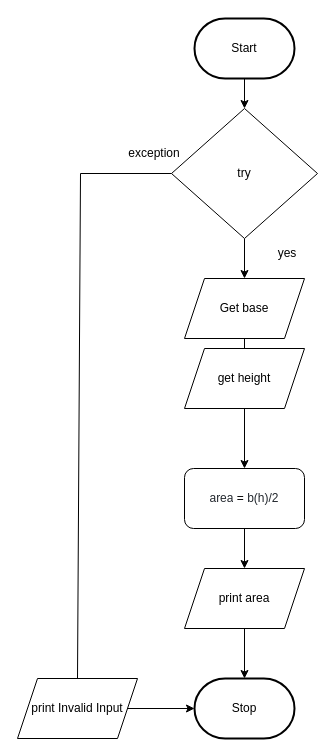
Before: Drawio/FlowChart.Drawio in JacksonNaufal/-ICS3U-Unit5-02-Python, a draw.io diagram. Source tidied: cells renumbered, new cells numbered last; positions are measured from the earlier drawing's top-left corner, leaving out a move shared by most shapes. Both pictures are drawn from the tidied source at 100%, with x=0, y=0 at pixel (17, 18).
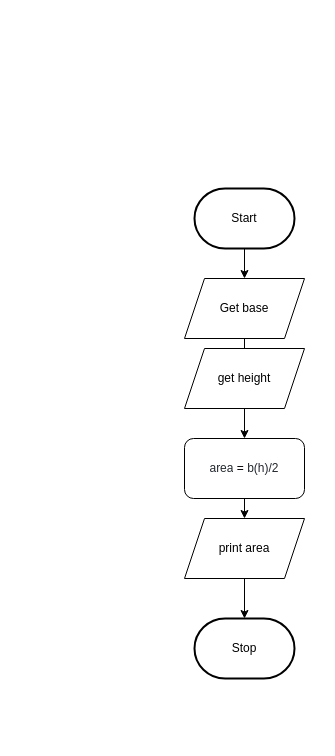
The same diagram, later.

Unchanged cells that the change refers to:
```xml
<mxCell id="15" value="Get base" style="shape=parallelogram;perimeter=parallelogramPerimeter;whiteSpace=wrap;html=1;fixedSize=1;" parent="1" vertex="1">
  <mxGeometry x="167" y="260" width="120" height="60" as="geometry" />
</mxCell>
```

Change to the diagram source:
```diff
@@
-    <mxCell id="2" style="edgeStyle=none;html=1;" parent="1" edge="1" source="3" target="7">
-      <mxGeometry relative="1" as="geometry" />
-    </mxCell>
+    <mxCell id="19" style="edgeStyle=none;html=1;entryX=0.5;entryY=0;entryDx=0;entryDy=0;" parent="1" edge="1" source="3" target="15">
+      <mxGeometry relative="1" as="geometry" />
+    </mxCell>
     <mxCell id="3" value="Start" style="strokeWidth=2;html=1;shape=mxgraph.flowchart.terminator;whiteSpace=wrap;" parent="1" vertex="1">
-      <mxGeometry x="177" width="100" height="60" as="geometry" />
+      <mxGeometry x="177" y="170" width="100" height="60" as="geometry" />
     </mxCell>
     <mxCell id="4" value="Stop" style="strokeWidth=2;html=1;shape=mxgraph.flowchart.terminator;whiteSpace=wrap;rounded=1;" parent="1" vertex="1">
-      <mxGeometry x="177" y="660" width="100" height="60" as="geometry" />
+      <mxGeometry x="177" y="600" width="100" height="60" as="geometry" />
     </mxCell>
-    <mxCell id="5" style="edgeStyle=none;html=1;fontSize=12;entryX=0;entryY=0.5;entryDx=0;entryDy=0;entryPerimeter=0;rounded=0;startArrow=none;" parent="1" edge="1" source="12" target="4">
-      <mxGeometry relative="1" as="geometry" />
-    </mxCell>
-    <mxCell id="6" style="edgeStyle=none;html=1;" parent="1" edge="1" source="7" target="15">
-      <mxGeometry relative="1" as="geometry" />
-    </mxCell>
-    <mxCell id="7" value="try" style="rhombus;whiteSpace=wrap;html=1;" parent="1" vertex="1">
-      <mxGeometry x="154" y="90" width="146" height="130" as="geometry" />
-    </mxCell>
@@
     <mxCell id="9" value="&lt;font style=&quot;font-size: 12px&quot;&gt;print area&lt;/font&gt;" style="shape=parallelogram;perimeter=parallelogramPerimeter;whiteSpace=wrap;html=1;fixedSize=1;fontSize=8;" parent="1" vertex="1">
-      <mxGeometry x="167" y="550" width="120" height="60" as="geometry" />
+      <mxGeometry x="167" y="500" width="120" height="60" as="geometry" />
     </mxCell>
-    <mxCell id="10" value="yes" style="text;html=1;strokeColor=none;fillColor=none;align=center;verticalAlign=middle;whiteSpace=wrap;rounded=0;fontSize=12;" parent="1" vertex="1">
-      <mxGeometry x="240" y="220" width="60" height="30" as="geometry" />
-    </mxCell>
-    <mxCell id="11" value="exception" style="text;html=1;strokeColor=none;fillColor=none;align=center;verticalAlign=middle;whiteSpace=wrap;rounded=0;fontSize=12;" parent="1" vertex="1">
-      <mxGeometry x="107" y="120" width="60" height="30" as="geometry" />
-    </mxCell>
-    <mxCell id="12" value="&lt;font style=&quot;font-size: 12px&quot;&gt;print Invalid Input&lt;/font&gt;" style="shape=parallelogram;perimeter=parallelogramPerimeter;whiteSpace=wrap;html=1;fixedSize=1;fontSize=8;" parent="1" vertex="1">
-      <mxGeometry y="660" width="120" height="60" as="geometry" />
-    </mxCell>
-    <mxCell id="13" style="edgeStyle=none;html=1;fontSize=12;entryX=0.5;entryY=0;entryDx=0;entryDy=0;rounded=0;endArrow=none;" parent="1" edge="1" source="7" target="12">
-      <mxGeometry relative="1" as="geometry">
-        <Array as="points">
-          <mxPoint x="63" y="155" />
-        </Array>
-      </mxGeometry>
-    </mxCell>
@@
     <mxCell id="17" value="&lt;span class=&quot;pl-s1&quot; style=&quot;box-sizing: border-box ; color: rgb(36 , 41 , 47) ; font-family: , , &amp;#34;sf mono&amp;#34; , &amp;#34;menlo&amp;#34; , &amp;#34;consolas&amp;#34; , &amp;#34;liberation mono&amp;#34; , monospace ; background-color: rgb(255 , 255 , 255)&quot;&gt;&lt;span class=&quot;pl-token&quot; style=&quot;box-sizing: border-box&quot;&gt;area&lt;/span&gt;&lt;/span&gt;&lt;span style=&quot;color: rgb(36 , 41 , 47) ; font-family: , , &amp;#34;sf mono&amp;#34; , &amp;#34;menlo&amp;#34; , &amp;#34;consolas&amp;#34; , &amp;#34;liberation mono&amp;#34; , monospace ; background-color: rgb(255 , 255 , 255)&quot;&gt;&amp;nbsp;&lt;/span&gt;&lt;span class=&quot;pl-c1&quot; style=&quot;box-sizing: border-box ; font-family: , , &amp;#34;sf mono&amp;#34; , &amp;#34;menlo&amp;#34; , &amp;#34;consolas&amp;#34; , &amp;#34;liberation mono&amp;#34; , monospace ; background-color: rgb(255 , 255 , 255)&quot;&gt;=&lt;/span&gt;&lt;span style=&quot;color: rgb(36 , 41 , 47) ; font-family: , , &amp;#34;sf mono&amp;#34; , &amp;#34;menlo&amp;#34; , &amp;#34;consolas&amp;#34; , &amp;#34;liberation mono&amp;#34; , monospace ; background-color: rgb(255 , 255 , 255)&quot;&gt;&amp;nbsp;b(h)/2&lt;/span&gt;" style="rounded=1;whiteSpace=wrap;html=1;" parent="1" vertex="1">
-      <mxGeometry x="167" y="450" width="120" height="60" as="geometry" />
+      <mxGeometry x="167" y="420" width="120" height="60" as="geometry" />
     </mxCell>
```
